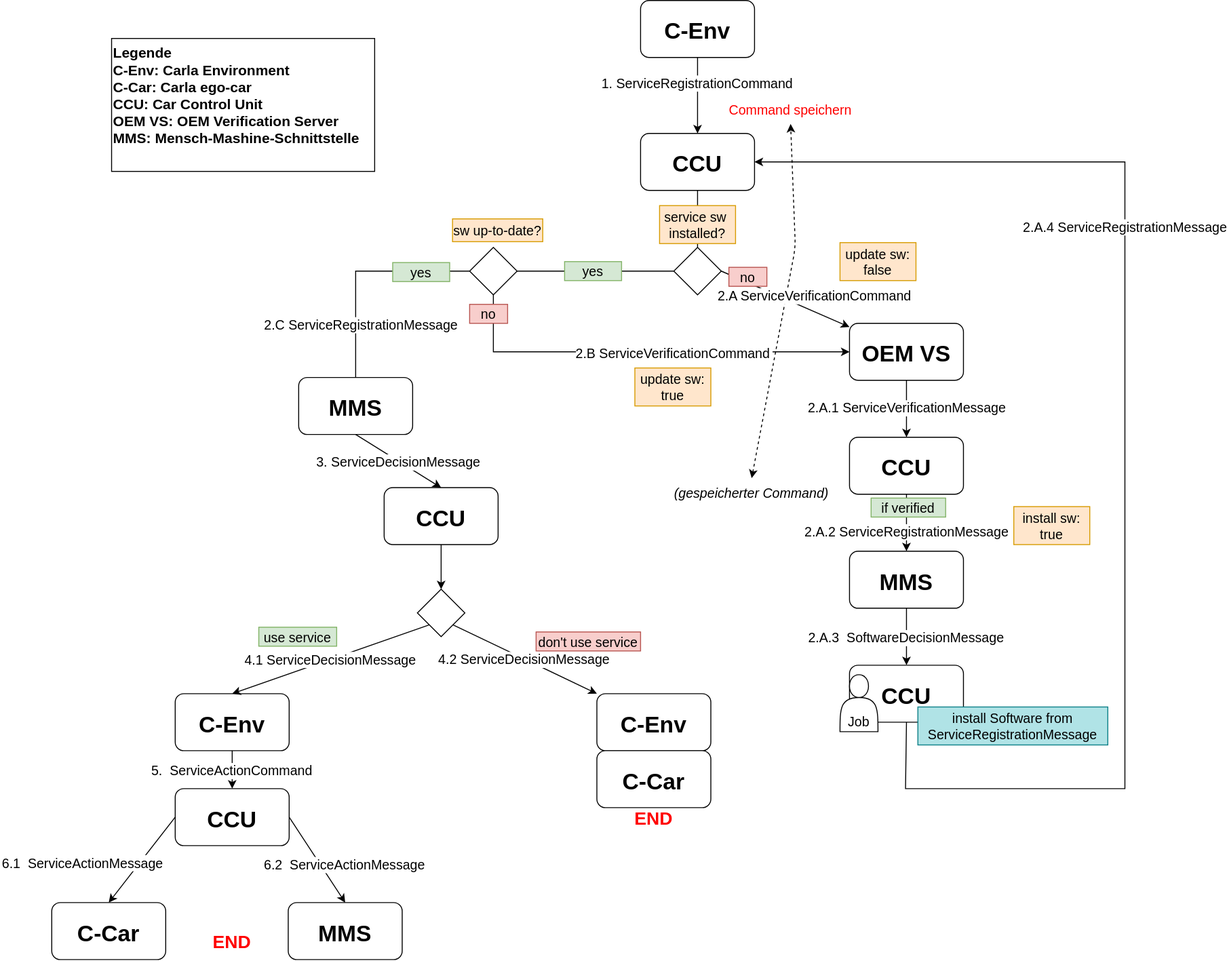
The draw.io diagram DrawIO_Diagrams/Model-and-Communication-Communication.svg in hesty98/bachelorthesis, before a commit. Source tidied: cells renumbered, new cells last; positions are measured from the earlier drawing's top-left corner, leaving out a move shared by most shapes. Source of this version:
```xml
<mxGraphModel>
  <root>
    <mxCell id="0" />
    <mxCell id="1" parent="0" />
    <mxCell id="2" value="1. ServiceRegistrationCommand" style="edgeStyle=none;rounded=0;jettySize=auto;exitX=0.5;exitY=1;exitDx=0;exitDy=0;entryX=0.5;entryY=0;entryDx=0;entryDy=0;startArrow=none;startFill=0;fontSize=14;" parent="1" edge="1" source="3" target="8">
      <mxGeometry x="-0.33" relative="1" as="geometry" />
    </mxCell>
    <mxCell id="3" value="C-Env" style="rounded=1;fillColor=#FFFFFF;gradientColor=none;fontStyle=1;fontSize=24;" parent="1" vertex="1">
      <mxGeometry x="620" width="120" height="60" as="geometry" />
    </mxCell>
    <mxCell id="4" value="Command speichern" style="text;strokeColor=none;fillColor=none;align=center;verticalAlign=middle;rounded=0;fontSize=14;fontColor=#FF0000;" parent="1" vertex="1">
      <mxGeometry x="703" y="100" width="150" height="30" as="geometry" />
    </mxCell>
    <mxCell id="5" value="(gespeicherter Command)" style="text;strokeColor=none;fillColor=none;align=center;verticalAlign=middle;rounded=0;fontSize=14;fontStyle=2;" parent="1" vertex="1">
      <mxGeometry x="652" y="503" width="170" height="30" as="geometry" />
    </mxCell>
    <mxCell id="6" style="endArrow=classic;startArrow=classic;html=1;fontSize=14;fontColor=#FF0000;exitX=0.5;exitY=0;exitDx=0;exitDy=0;dashed=1;entryX=0.5;entryY=1;entryDx=0;entryDy=0;" parent="1" edge="1" source="5" target="4">
      <mxGeometry relative="1" as="geometry">
        <Array as="points">
          <mxPoint x="783" y="260" />
        </Array>
      </mxGeometry>
    </mxCell>
    <mxCell id="7" value="Legende&#10;C-Env: Carla Environment&#10;C-Car: Carla ego-car&#10;CCU: Car Control Unit&#10;OEM VS: OEM Verification Server&#10;MMS: Mensch-Mashine-Schnittstelle" style="rounded=0;fillColor=#FFFFFF;gradientColor=none;fontSize=15;fontColor=#000000;align=left;verticalAlign=top;fontStyle=1;" parent="1" vertex="1">
      <mxGeometry x="63" y="40" width="277" height="140" as="geometry" />
    </mxCell>
    <mxCell id="8" value="CCU" style="rounded=1;fillColor=#FFFFFF;gradientColor=none;fontStyle=1;fontSize=24;" parent="1" vertex="1">
      <mxGeometry x="620" y="140" width="120" height="60" as="geometry" />
    </mxCell>
    <mxCell id="9" style="edgeStyle=orthogonalEdgeStyle;rounded=0;jettySize=auto;html=1;exitX=0.5;exitY=0;exitDx=0;exitDy=0;entryX=0.5;entryY=1;entryDx=0;entryDy=0;endArrow=none;endFill=0;" parent="1" edge="1" source="11" target="8">
      <mxGeometry relative="1" as="geometry" />
    </mxCell>
    <mxCell id="10" style="edgeStyle=orthogonalEdgeStyle;rounded=0;jettySize=auto;html=1;exitX=0;exitY=0.5;exitDx=0;exitDy=0;endArrow=none;endFill=0;" parent="1" edge="1" source="11">
      <mxGeometry relative="1" as="geometry">
        <mxPoint x="480" y="285" as="targetPoint" />
      </mxGeometry>
    </mxCell>
    <mxCell id="11" style="rhombus;whiteSpace=wrap;html=1;fillColor=#FFFFFF;gradientColor=none;" parent="1" vertex="1">
      <mxGeometry x="655" y="260" width="50" height="50" as="geometry" />
    </mxCell>
    <mxCell id="12" value="service sw &#10;installed?" style="text;strokeColor=#d79b00;fillColor=#ffe6cc;align=center;verticalAlign=middle;rounded=0;fontSize=14;" parent="1" vertex="1">
      <mxGeometry x="640" y="216" width="80" height="40" as="geometry" />
    </mxCell>
    <mxCell id="13" value="yes" style="text;strokeColor=#82b366;fillColor=#d5e8d4;align=center;verticalAlign=middle;rounded=0;fontSize=14;" parent="1" vertex="1">
      <mxGeometry x="540" y="275" width="60" height="20" as="geometry" />
    </mxCell>
    <mxCell id="14" style="rounded=0;jettySize=auto;html=1;exitX=0;exitY=0.5;exitDx=0;exitDy=0;endArrow=none;endFill=0;entryX=0.5;entryY=0;entryDx=0;entryDy=0;" parent="1" edge="1" source="16" target="34">
      <mxGeometry relative="1" as="geometry">
        <Array as="points">
          <mxPoint x="320" y="285" />
        </Array>
      </mxGeometry>
    </mxCell>
    <mxCell id="15" style="rounded=0;jettySize=auto;html=1;exitX=0.5;exitY=1;exitDx=0;exitDy=0;endArrow=classic;endFill=1;entryX=0;entryY=0.5;entryDx=0;entryDy=0;" parent="1" edge="1" source="16" target="24">
      <mxGeometry relative="1" as="geometry">
        <Array as="points">
          <mxPoint x="465" y="370" />
        </Array>
      </mxGeometry>
    </mxCell>
    <mxCell id="16" style="rhombus;whiteSpace=wrap;html=1;fillColor=#FFFFFF;gradientColor=none;" parent="1" vertex="1">
      <mxGeometry x="440" y="260" width="50" height="50" as="geometry" />
    </mxCell>
    <mxCell id="17" value="sw up-to-date?" style="text;strokeColor=#d79b00;fillColor=#ffe6cc;align=center;verticalAlign=middle;rounded=0;fontSize=14;" parent="1" vertex="1">
      <mxGeometry x="422" y="230" width="95" height="24" as="geometry" />
    </mxCell>
    <mxCell id="18" value="yes" style="text;strokeColor=#82b366;fillColor=#d5e8d4;align=center;verticalAlign=middle;rounded=0;fontSize=14;" parent="1" vertex="1">
      <mxGeometry x="359" y="276" width="60" height="20" as="geometry" />
    </mxCell>
    <mxCell id="19" value="no" style="text;strokeColor=#b85450;fillColor=#f8cecc;align=center;verticalAlign=middle;rounded=0;fontSize=14;" parent="1" vertex="1">
      <mxGeometry x="440" y="320" width="40" height="20" as="geometry" />
    </mxCell>
    <mxCell id="20" value="2.A.2 ServiceRegistrationMessage" style="edgeStyle=none;rounded=0;jettySize=auto;html=1;exitX=0.5;exitY=1;exitDx=0;exitDy=0;entryX=0.5;entryY=0;entryDx=0;entryDy=0;endArrow=classic;endFill=1;fontSize=14;" parent="1" edge="1" source="21" target="27">
      <mxGeometry x="0.33" relative="1" as="geometry" />
    </mxCell>
    <mxCell id="21" value="CCU" style="rounded=1;fillColor=#FFFFFF;gradientColor=none;fontStyle=1;fontSize=24;" parent="1" vertex="1">
      <mxGeometry x="840" y="460" width="120" height="60" as="geometry" />
    </mxCell>
    <mxCell id="22" style="edgeStyle=none;rounded=0;jettySize=auto;html=1;exitX=0.5;exitY=1;exitDx=0;exitDy=0;entryX=0.5;entryY=0;entryDx=0;entryDy=0;startArrow=none;startFill=0;fontSize=24;" parent="1" edge="1" source="24" target="21">
      <mxGeometry relative="1" as="geometry" />
    </mxCell>
    <mxCell id="23" value="2.A.1 ServiceVerificationMessage" style="text;align=center;verticalAlign=middle;labelBackgroundColor=#ffffff;fontSize=14;fontStyle=0;" parent="22" vertex="1">
      <mxGeometry x="-0.43" relative="1" as="geometry">
        <mxPoint y="10.5" as="offset" />
      </mxGeometry>
    </mxCell>
    <mxCell id="24" value="OEM VS" style="rounded=1;fillColor=#FFFFFF;gradientColor=none;fontStyle=1;fontSize=24;" parent="1" vertex="1">
      <mxGeometry x="840" y="340" width="120" height="60" as="geometry" />
    </mxCell>
    <mxCell id="25" value="2.B ServiceVerificationCommand" style="text;fontSize=14;labelBackgroundColor=#ffffff;" parent="1" vertex="1">
      <mxGeometry x="550" y="357" width="190" height="30" as="geometry" />
    </mxCell>
    <mxCell id="26" value="2.A.3  SoftwareDecisionMessage" style="edgeStyle=orthogonalEdgeStyle;rounded=0;jettySize=auto;html=0;exitX=0.5;exitY=1;exitDx=0;exitDy=0;entryX=0.5;entryY=0;entryDx=0;entryDy=0;fontSize=14;" parent="1" edge="1" source="27" target="29">
      <mxGeometry relative="1" as="geometry" />
    </mxCell>
    <mxCell id="27" value="MMS" style="rounded=1;fillColor=#FFFFFF;gradientColor=none;fontStyle=1;fontSize=24;" parent="1" vertex="1">
      <mxGeometry x="840" y="580" width="120" height="60" as="geometry" />
    </mxCell>
    <mxCell id="28" value="2.A.4 ServiceRegistrationMessage" style="edgeStyle=none;rounded=0;jettySize=auto;html=1;exitX=0.5;exitY=1;exitDx=0;exitDy=0;endArrow=classic;endFill=1;fontSize=14;entryX=1;entryY=0.5;entryDx=0;entryDy=0;" parent="1" edge="1" source="29" target="8">
      <mxGeometry x="0.32" relative="1" as="geometry">
        <Array as="points">
          <mxPoint x="899" y="830" />
          <mxPoint x="1130" y="830" />
          <mxPoint x="1130" y="170" />
        </Array>
      </mxGeometry>
    </mxCell>
    <mxCell id="29" value="CCU" style="rounded=1;fillColor=#FFFFFF;gradientColor=none;fontStyle=1;fontSize=24;" parent="1" vertex="1">
      <mxGeometry x="840" y="700" width="120" height="60" as="geometry" />
    </mxCell>
    <mxCell id="30" value="install sw:&#10;true" style="text;strokeColor=#d79b00;fillColor=#ffe6cc;align=center;verticalAlign=middle;rounded=0;fontSize=14;" parent="1" vertex="1">
      <mxGeometry x="1013" y="533" width="80" height="40" as="geometry" />
    </mxCell>
    <mxCell id="31" value="Job" style="shape=actor;labelBackgroundColor=#ffffff;fontSize=14;verticalAlign=bottom;" parent="1" vertex="1">
      <mxGeometry x="830" y="710" width="40" height="60" as="geometry" />
    </mxCell>
    <mxCell id="32" value="install Software from &#10;ServiceRegistrationMessage" style="text;strokeColor=#0e8088;fillColor=#b0e3e6;align=center;verticalAlign=middle;rounded=0;fontSize=14;" parent="1" vertex="1">
      <mxGeometry x="912" y="744" width="200" height="40" as="geometry" />
    </mxCell>
    <mxCell id="33" value="3. ServiceDecisionMessage" style="edgeStyle=none;rounded=0;jettySize=auto;html=0;exitX=0.5;exitY=1;exitDx=0;exitDy=0;entryX=0.5;entryY=0;entryDx=0;entryDy=0;fontSize=14;" parent="1" edge="1" source="34" target="36">
      <mxGeometry relative="1" as="geometry" />
    </mxCell>
    <mxCell id="34" value="MMS" style="rounded=1;fillColor=#FFFFFF;gradientColor=none;fontStyle=1;fontSize=24;" parent="1" vertex="1">
      <mxGeometry x="260" y="397" width="120" height="60" as="geometry" />
    </mxCell>
    <mxCell id="35" style="edgeStyle=none;rounded=0;jettySize=auto;html=1;exitX=0.5;exitY=1;exitDx=0;exitDy=0;entryX=0.5;entryY=0;entryDx=0;entryDy=0;endArrow=classic;endFill=1;fontSize=14;" parent="1" edge="1" source="36" target="49">
      <mxGeometry relative="1" as="geometry" />
    </mxCell>
    <mxCell id="36" value="CCU" style="rounded=1;fillColor=#FFFFFF;gradientColor=none;fontStyle=1;fontSize=24;" parent="1" vertex="1">
      <mxGeometry x="350" y="513" width="120" height="60" as="geometry" />
    </mxCell>
    <mxCell id="37" value="6.1  ServiceActionMessage" style="edgeStyle=none;rounded=0;jettySize=auto;entryX=0.5;entryY=0;entryDx=0;entryDy=0;startArrow=none;startFill=0;fontSize=14;exitX=0;exitY=0.5;exitDx=0;exitDy=0;" parent="1" edge="1" source="38" target="55">
      <mxGeometry x="0.7" y="-48" relative="1" as="geometry">
        <mxPoint y="1" as="offset" />
      </mxGeometry>
    </mxCell>
    <mxCell id="38" value="CCU" style="rounded=1;fillColor=#FFFFFF;gradientColor=none;fontStyle=1;fontSize=24;" parent="1" vertex="1">
      <mxGeometry x="130" y="830" width="120" height="60" as="geometry" />
    </mxCell>
    <mxCell id="39" value="5.  ServiceActionCommand" style="edgeStyle=none;rounded=0;jettySize=auto;exitX=0.5;exitY=1;exitDx=0;exitDy=0;entryX=0.5;entryY=0;entryDx=0;entryDy=0;startArrow=none;startFill=0;fontSize=14;" parent="1" edge="1" source="41" target="38">
      <mxGeometry relative="1" as="geometry" />
    </mxCell>
    <mxCell id="40" value="6.2  ServiceActionMessage" style="rounded=0;jettySize=auto;exitX=1;exitY=0.5;exitDx=0;exitDy=0;entryX=0.5;entryY=0;entryDx=0;entryDy=0;fontSize=14;" parent="1" edge="1" source="38" target="42">
      <mxGeometry x="0.38" y="22" relative="1" as="geometry" />
    </mxCell>
    <mxCell id="41" value="C-Env" style="rounded=1;fillColor=#FFFFFF;gradientColor=none;fontStyle=1;fontSize=24;" parent="1" vertex="1">
      <mxGeometry x="130" y="730" width="120" height="60" as="geometry" />
    </mxCell>
    <mxCell id="42" value="MMS" style="rounded=1;fillColor=#FFFFFF;gradientColor=none;fontStyle=1;fontSize=24;" parent="1" vertex="1">
      <mxGeometry x="249" y="950" width="120" height="60" as="geometry" />
    </mxCell>
    <mxCell id="43" value="END" style="text;strokeColor=none;fillColor=none;align=center;verticalAlign=middle;rounded=0;fontSize=19;fontColor=#FF0000;fontStyle=1;" parent="1" vertex="1">
      <mxGeometry x="150" y="980" width="80" height="20" as="geometry" />
    </mxCell>
    <mxCell id="44" value="C-Env" style="rounded=1;fillColor=#FFFFFF;gradientColor=none;fontStyle=1;fontSize=24;" parent="1" vertex="1">
      <mxGeometry x="574" y="730" width="120" height="60" as="geometry" />
    </mxCell>
    <mxCell id="45" value="END" style="text;strokeColor=none;fillColor=none;align=center;verticalAlign=middle;rounded=0;fontSize=19;fontColor=#FF0000;fontStyle=1;" parent="1" vertex="1">
      <mxGeometry x="594" y="850" width="80" height="20" as="geometry" />
    </mxCell>
    <mxCell id="46" value="C-Car" style="rounded=1;fillColor=#FFFFFF;gradientColor=none;fontStyle=1;fontSize=24;" parent="1" vertex="1">
      <mxGeometry x="574" y="790" width="120" height="60" as="geometry" />
    </mxCell>
    <mxCell id="47" value="4.2 ServiceDecisionMessage" style="edgeStyle=none;rounded=0;jettySize=auto;html=0;exitX=1;exitY=1;exitDx=0;exitDy=0;entryX=0;entryY=0;entryDx=0;entryDy=0;fontSize=14;" parent="1" edge="1" source="49" target="44">
      <mxGeometry relative="1" as="geometry" />
    </mxCell>
    <mxCell id="48" value="4.1 ServiceDecisionMessage" style="edgeStyle=none;rounded=0;jettySize=auto;html=0;exitX=0;exitY=1;exitDx=0;exitDy=0;entryX=0.5;entryY=0;entryDx=0;entryDy=0;fontSize=14;" parent="1" edge="1" source="49" target="41">
      <mxGeometry relative="1" as="geometry" />
    </mxCell>
    <mxCell id="49" style="rhombus;whiteSpace=wrap;html=1;fillColor=#FFFFFF;gradientColor=none;" parent="1" vertex="1">
      <mxGeometry x="385" y="620" width="50" height="50" as="geometry" />
    </mxCell>
    <mxCell id="50" value="don't use service" style="text;strokeColor=#b85450;fillColor=#f8cecc;align=center;verticalAlign=middle;rounded=0;fontSize=14;" parent="1" vertex="1">
      <mxGeometry x="510" y="665" width="110" height="20" as="geometry" />
    </mxCell>
    <mxCell id="51" value="use service" style="text;strokeColor=#82b366;fillColor=#d5e8d4;align=center;verticalAlign=middle;rounded=0;fontSize=14;" parent="1" vertex="1">
      <mxGeometry x="218" y="660" width="82" height="20" as="geometry" />
    </mxCell>
    <mxCell id="52" style="edgeStyle=none;rounded=0;jettySize=auto;html=1;exitX=1;exitY=0.5;exitDx=0;exitDy=0;startArrow=none;startFill=0;fontSize=24;" parent="1" edge="1" source="11" target="24">
      <mxGeometry relative="1" as="geometry" />
    </mxCell>
    <mxCell id="53" value="2.A ServiceVerificationCommand" style="text;align=center;verticalAlign=middle;labelBackgroundColor=#ffffff;fontSize=14;" parent="52" vertex="1">
      <mxGeometry x="-0.43" relative="1" as="geometry">
        <mxPoint x="59.4" y="8.2" as="offset" />
      </mxGeometry>
    </mxCell>
    <mxCell id="54" value="2.C ServiceRegistrationMessage" style="text;html=1;fontSize=14;labelBackgroundColor=#ffffff;" parent="1" vertex="1">
      <mxGeometry x="222" y="327" width="200" height="30" as="geometry" />
    </mxCell>
    <mxCell id="55" value="C-Car" style="rounded=1;fillColor=#FFFFFF;gradientColor=none;fontStyle=1;fontSize=24;" parent="1" vertex="1">
      <mxGeometry y="950" width="120" height="60" as="geometry" />
    </mxCell>
    <mxCell id="56" value="no" style="text;strokeColor=#b85450;fillColor=#f8cecc;align=center;verticalAlign=middle;rounded=0;fontSize=14;" parent="1" vertex="1">
      <mxGeometry x="713" y="281" width="40" height="20" as="geometry" />
    </mxCell>
    <mxCell id="57" value="if verified" style="text;strokeColor=#82b366;fillColor=#d5e8d4;align=center;verticalAlign=middle;rounded=0;fontSize=14;" parent="1" vertex="1">
      <mxGeometry x="862.8" y="524" width="78.5" height="20" as="geometry" />
    </mxCell>
    <mxCell id="58" value="update sw:&#10;true" style="text;strokeColor=#d79b00;fillColor=#ffe6cc;align=center;verticalAlign=middle;rounded=0;fontSize=14;" parent="1" vertex="1">
      <mxGeometry x="614" y="387" width="80" height="40" as="geometry" />
    </mxCell>
    <mxCell id="59" value="update sw:&#10;false" style="text;strokeColor=#d79b00;fillColor=#ffe6cc;align=center;verticalAlign=middle;rounded=0;fontSize=14;" parent="1" vertex="1">
      <mxGeometry x="830" y="255" width="80" height="40" as="geometry" />
    </mxCell>
  </root>
</mxGraphModel>
```
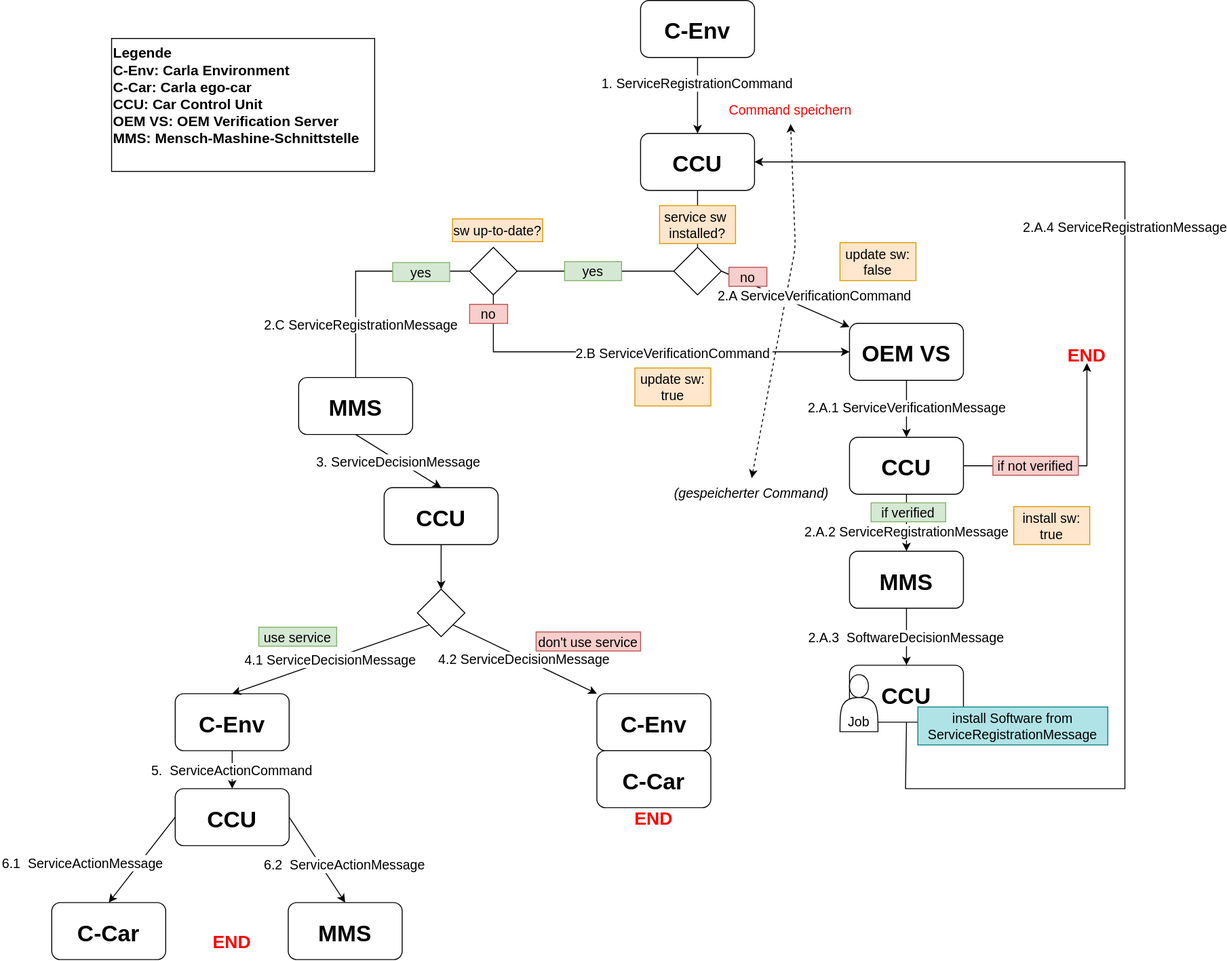
After the change.

The edit, as a diff of the source:
```diff
@@ -73,6 +73,9 @@
     <mxCell id="20" value="2.A.2 ServiceRegistrationMessage" style="edgeStyle=none;rounded=0;jettySize=auto;html=1;exitX=0.5;exitY=1;exitDx=0;exitDy=0;entryX=0.5;entryY=0;entryDx=0;entryDy=0;endArrow=classic;endFill=1;fontSize=14;" parent="1" edge="1" source="21" target="27">
       <mxGeometry x="0.33" relative="1" as="geometry" />
     </mxCell>
+    <mxCell id="60" style="edgeStyle=orthogonalEdgeStyle;rounded=0;jettySize=auto;html=1;exitX=1;exitY=0.5;exitDx=0;exitDy=0;entryX=0.5;entryY=1;entryDx=0;entryDy=0;" parent="1" edge="1" source="21" target="62">
+      <mxGeometry relative="1" as="geometry" />
+    </mxCell>
     <mxCell id="21" value="CCU" style="rounded=1;fillColor=#FFFFFF;gradientColor=none;fontStyle=1;fontSize=24;" parent="1" vertex="1">
       <mxGeometry x="840" y="460" width="120" height="60" as="geometry" />
     </mxCell>
@@ -194,7 +197,7 @@
       <mxGeometry x="713" y="281" width="40" height="20" as="geometry" />
     </mxCell>
     <mxCell id="57" value="if verified" style="text;strokeColor=#82b366;fillColor=#d5e8d4;align=center;verticalAlign=middle;rounded=0;fontSize=14;" parent="1" vertex="1">
-      <mxGeometry x="862.8" y="524" width="78.5" height="20" as="geometry" />
+      <mxGeometry x="862.8" y="529" width="78.5" height="20" as="geometry" />
     </mxCell>
     <mxCell id="58" value="update sw:&#10;true" style="text;strokeColor=#d79b00;fillColor=#ffe6cc;align=center;verticalAlign=middle;rounded=0;fontSize=14;" parent="1" vertex="1">
       <mxGeometry x="614" y="387" width="80" height="40" as="geometry" />
@@ -202,5 +205,11 @@
     <mxCell id="59" value="update sw:&#10;false" style="text;strokeColor=#d79b00;fillColor=#ffe6cc;align=center;verticalAlign=middle;rounded=0;fontSize=14;" parent="1" vertex="1">
       <mxGeometry x="830" y="255" width="80" height="40" as="geometry" />
     </mxCell>
+    <mxCell id="61" value="if not verified" style="text;strokeColor=#b85450;fillColor=#f8cecc;align=center;verticalAlign=middle;rounded=0;fontSize=14;" parent="1" vertex="1">
+      <mxGeometry x="991" y="480" width="90" height="20" as="geometry" />
+    </mxCell>
+    <mxCell id="62" value="END" style="text;strokeColor=none;fillColor=none;align=center;verticalAlign=middle;rounded=0;fontSize=19;fontColor=#FF0000;fontStyle=1;" parent="1" vertex="1">
+      <mxGeometry x="1050" y="362" width="80" height="20" as="geometry" />
+    </mxCell>
   </root>
 </mxGraphModel>
```
